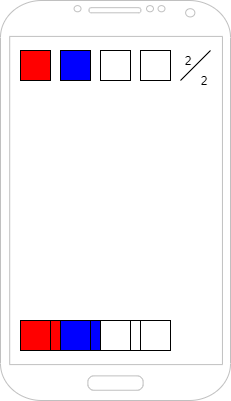
Before: docs/img/wireframe.png, a diagram exported from draw.io (rickyG08/codebreaker-android). Source tidied: cells renumbered, new cells last; positions are measured from the earlier drawing's top-left corner, leaving out a move shared by most shapes. Source of this version:
```xml
<mxGraphModel>
  <root>
    <mxCell id="0" />
    <mxCell id="1" parent="0" />
    <mxCell id="2" style="verticalLabelPosition=bottom;verticalAlign=top;html=1;shadow=0;dashed=0;strokeWidth=1;shape=mxgraph.android.phone2;strokeColor=#c0c0c0;" parent="1" vertex="1">
      <mxGeometry width="230" height="400" as="geometry" />
    </mxCell>
    <mxCell id="3" style="rounded=0;whiteSpace=wrap;html=1;fillColor=#FF0000;" parent="1" vertex="1">
      <mxGeometry x="30" y="320" width="30" height="30" as="geometry" />
    </mxCell>
    <mxCell id="4" style="rounded=0;whiteSpace=wrap;html=1;" parent="1" vertex="1">
      <mxGeometry x="140" y="320" width="30" height="30" as="geometry" />
    </mxCell>
    <mxCell id="5" style="rounded=0;whiteSpace=wrap;html=1;fillColor=#0000FF;" parent="1" vertex="1">
      <mxGeometry x="70" y="320" width="30" height="30" as="geometry" />
    </mxCell>
    <mxCell id="6" style="rounded=0;whiteSpace=wrap;html=1;" parent="1" vertex="1">
      <mxGeometry x="110" y="320" width="30" height="30" as="geometry" />
    </mxCell>
    <mxCell id="7" style="rounded=0;whiteSpace=wrap;html=1;fillColor=#FF0000;" parent="1" vertex="1">
      <mxGeometry x="20" y="320" width="30" height="30" as="geometry" />
    </mxCell>
    <mxCell id="8" style="rounded=0;whiteSpace=wrap;html=1;fillColor=#0000FF;" parent="1" vertex="1">
      <mxGeometry x="60" y="320" width="30" height="30" as="geometry" />
    </mxCell>
    <mxCell id="9" style="rounded=0;whiteSpace=wrap;html=1;" parent="1" vertex="1">
      <mxGeometry x="100" y="320" width="30" height="30" as="geometry" />
    </mxCell>
    <mxCell id="10" style="rounded=0;whiteSpace=wrap;html=1;" parent="1" vertex="1">
      <mxGeometry x="140" y="50" width="30" height="30" as="geometry" />
    </mxCell>
    <mxCell id="11" style="rounded=0;whiteSpace=wrap;html=1;fillColor=#FF0000;" parent="1" vertex="1">
      <mxGeometry x="20" y="50" width="30" height="30" as="geometry" />
    </mxCell>
    <mxCell id="12" style="rounded=0;whiteSpace=wrap;html=1;fillColor=#0000FF;" parent="1" vertex="1">
      <mxGeometry x="60" y="50" width="30" height="30" as="geometry" />
    </mxCell>
    <mxCell id="13" style="rounded=0;whiteSpace=wrap;html=1;" parent="1" vertex="1">
      <mxGeometry x="100" y="50" width="30" height="30" as="geometry" />
    </mxCell>
    <mxCell id="14" value="2" style="text;html=1;strokeColor=none;fillColor=none;align=center;verticalAlign=middle;whiteSpace=wrap;rounded=0;" parent="1" vertex="1">
      <mxGeometry x="180" y="50" width="16" height="20" as="geometry" />
    </mxCell>
    <mxCell id="15" style="endArrow=none;html=1;" parent="1" edge="1">
      <mxGeometry relative="1" as="geometry">
        <mxPoint x="180" y="80" as="sourcePoint" />
        <mxPoint x="210" y="50" as="targetPoint" />
      </mxGeometry>
    </mxCell>
    <mxCell id="16" value="2" style="text;html=1;strokeColor=none;fillColor=none;align=center;verticalAlign=middle;whiteSpace=wrap;rounded=0;" parent="1" vertex="1">
      <mxGeometry x="196" y="70" width="16" height="20" as="geometry" />
    </mxCell>
  </root>
</mxGraphModel>
```
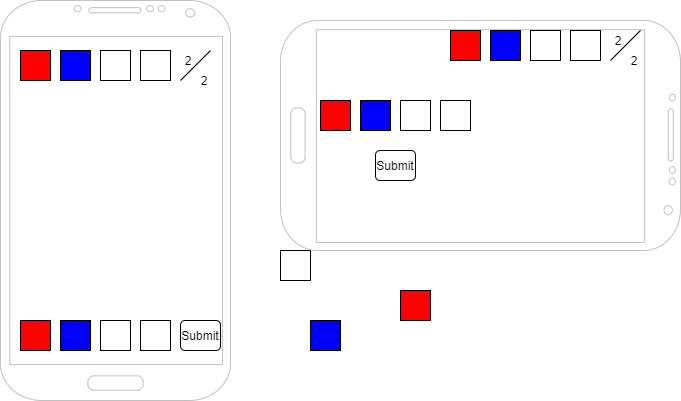
The same diagram one commit later.

What changed in the source:
```diff
@@ -6,49 +6,100 @@
       <mxGeometry width="230" height="400" as="geometry" />
     </mxCell>
     <mxCell id="3" style="rounded=0;whiteSpace=wrap;html=1;fillColor=#FF0000;" parent="1" vertex="1">
-      <mxGeometry x="30" y="320" width="30" height="30" as="geometry" />
+      <mxGeometry x="20" y="320" width="30" height="30" as="geometry" />
     </mxCell>
     <mxCell id="4" style="rounded=0;whiteSpace=wrap;html=1;" parent="1" vertex="1">
       <mxGeometry x="140" y="320" width="30" height="30" as="geometry" />
     </mxCell>
     <mxCell id="5" style="rounded=0;whiteSpace=wrap;html=1;fillColor=#0000FF;" parent="1" vertex="1">
-      <mxGeometry x="70" y="320" width="30" height="30" as="geometry" />
+      <mxGeometry x="60" y="320" width="30" height="30" as="geometry" />
     </mxCell>
     <mxCell id="6" style="rounded=0;whiteSpace=wrap;html=1;" parent="1" vertex="1">
-      <mxGeometry x="110" y="320" width="30" height="30" as="geometry" />
+      <mxGeometry x="100" y="320" width="30" height="30" as="geometry" />
     </mxCell>
     <mxCell id="7" style="rounded=0;whiteSpace=wrap;html=1;fillColor=#FF0000;" parent="1" vertex="1">
-      <mxGeometry x="20" y="320" width="30" height="30" as="geometry" />
+      <mxGeometry x="400" y="290" width="30" height="30" as="geometry" />
     </mxCell>
     <mxCell id="8" style="rounded=0;whiteSpace=wrap;html=1;fillColor=#0000FF;" parent="1" vertex="1">
-      <mxGeometry x="60" y="320" width="30" height="30" as="geometry" />
+      <mxGeometry x="310" y="320" width="30" height="30" as="geometry" />
     </mxCell>
     <mxCell id="9" style="rounded=0;whiteSpace=wrap;html=1;" parent="1" vertex="1">
-      <mxGeometry x="100" y="320" width="30" height="30" as="geometry" />
+      <mxGeometry x="280" y="250" width="30" height="30" as="geometry" />
     </mxCell>
+    <mxCell id="17" value="Submit" style="rounded=1;whiteSpace=wrap;html=1;" parent="1" vertex="1">
+      <mxGeometry x="180" y="320" width="40" height="30" as="geometry" />
+    </mxCell>
+    <mxCell id="18" style="verticalLabelPosition=bottom;verticalAlign=top;html=1;shadow=0;dashed=0;strokeWidth=1;shape=mxgraph.android.phone2;strokeColor=#c0c0c0;direction=south;" parent="1" vertex="1">
+      <mxGeometry x="280" y="20" width="400" height="230" as="geometry" />
+    </mxCell>
+    <mxCell id="19" style="group;" parent="1" vertex="1">
+      <mxGeometry x="20" y="50" width="192" height="40" as="geometry" />
+    </mxCell>
-    <mxCell id="10" style="rounded=0;whiteSpace=wrap;html=1;" parent="1" vertex="1">
-      <mxGeometry x="140" y="50" width="30" height="30" as="geometry" />
+    <mxCell id="10" style="rounded=0;whiteSpace=wrap;html=1;" parent="19" vertex="1">
+      <mxGeometry x="120" width="30" height="30" as="geometry" />
     </mxCell>
-    <mxCell id="11" style="rounded=0;whiteSpace=wrap;html=1;fillColor=#FF0000;" parent="1" vertex="1">
-      <mxGeometry x="20" y="50" width="30" height="30" as="geometry" />
+    <mxCell id="11" style="rounded=0;whiteSpace=wrap;html=1;fillColor=#FF0000;" parent="19" vertex="1">
+      <mxGeometry width="30" height="30" as="geometry" />
     </mxCell>
-    <mxCell id="12" style="rounded=0;whiteSpace=wrap;html=1;fillColor=#0000FF;" parent="1" vertex="1">
-      <mxGeometry x="60" y="50" width="30" height="30" as="geometry" />
+    <mxCell id="12" style="rounded=0;whiteSpace=wrap;html=1;fillColor=#0000FF;" parent="19" vertex="1">
+      <mxGeometry x="40" width="30" height="30" as="geometry" />
     </mxCell>
-    <mxCell id="13" style="rounded=0;whiteSpace=wrap;html=1;" parent="1" vertex="1">
-      <mxGeometry x="100" y="50" width="30" height="30" as="geometry" />
+    <mxCell id="13" style="rounded=0;whiteSpace=wrap;html=1;" parent="19" vertex="1">
+      <mxGeometry x="80" width="30" height="30" as="geometry" />
     </mxCell>
-    <mxCell id="14" value="2" style="text;html=1;strokeColor=none;fillColor=none;align=center;verticalAlign=middle;whiteSpace=wrap;rounded=0;" parent="1" vertex="1">
-      <mxGeometry x="180" y="50" width="16" height="20" as="geometry" />
+    <mxCell id="14" value="2" style="text;html=1;strokeColor=none;fillColor=none;align=center;verticalAlign=middle;whiteSpace=wrap;rounded=0;" parent="19" vertex="1">
+      <mxGeometry x="160" width="16" height="20" as="geometry" />
     </mxCell>
-    <mxCell id="15" style="endArrow=none;html=1;" parent="1" edge="1">
+    <mxCell id="15" style="endArrow=none;html=1;" parent="19" edge="1">
       <mxGeometry relative="1" as="geometry">
-        <mxPoint x="180" y="80" as="sourcePoint" />
-        <mxPoint x="210" y="50" as="targetPoint" />
+        <mxPoint x="160" y="30" as="sourcePoint" />
+        <mxPoint x="190" as="targetPoint" />
       </mxGeometry>
     </mxCell>
-    <mxCell id="16" value="2" style="text;html=1;strokeColor=none;fillColor=none;align=center;verticalAlign=middle;whiteSpace=wrap;rounded=0;" parent="1" vertex="1">
-      <mxGeometry x="196" y="70" width="16" height="20" as="geometry" />
+    <mxCell id="16" value="2" style="text;html=1;strokeColor=none;fillColor=none;align=center;verticalAlign=middle;whiteSpace=wrap;rounded=0;" parent="19" vertex="1">
+      <mxGeometry x="176" y="20" width="16" height="20" as="geometry" />
     </mxCell>
+    <mxCell id="20" style="group;" parent="1" vertex="1">
+      <mxGeometry x="450" y="30" width="192" height="40" as="geometry" />
+    </mxCell>
+    <mxCell id="21" style="rounded=0;whiteSpace=wrap;html=1;" parent="20" vertex="1">
+      <mxGeometry x="120" width="30" height="30" as="geometry" />
+    </mxCell>
+    <mxCell id="22" style="rounded=0;whiteSpace=wrap;html=1;fillColor=#FF0000;" parent="20" vertex="1">
+      <mxGeometry width="30" height="30" as="geometry" />
+    </mxCell>
+    <mxCell id="23" style="rounded=0;whiteSpace=wrap;html=1;fillColor=#0000FF;" parent="20" vertex="1">
+      <mxGeometry x="40" width="30" height="30" as="geometry" />
+    </mxCell>
+    <mxCell id="24" style="rounded=0;whiteSpace=wrap;html=1;" parent="20" vertex="1">
+      <mxGeometry x="80" width="30" height="30" as="geometry" />
+    </mxCell>
+    <mxCell id="25" value="2" style="text;html=1;strokeColor=none;fillColor=none;align=center;verticalAlign=middle;whiteSpace=wrap;rounded=0;" parent="20" vertex="1">
+      <mxGeometry x="160" width="16" height="20" as="geometry" />
+    </mxCell>
+    <mxCell id="26" style="endArrow=none;html=1;" parent="20" edge="1">
+      <mxGeometry relative="1" as="geometry">
+        <mxPoint x="160" y="30" as="sourcePoint" />
+        <mxPoint x="190" as="targetPoint" />
+      </mxGeometry>
+    </mxCell>
+    <mxCell id="27" value="2" style="text;html=1;strokeColor=none;fillColor=none;align=center;verticalAlign=middle;whiteSpace=wrap;rounded=0;" parent="20" vertex="1">
+      <mxGeometry x="176" y="20" width="16" height="20" as="geometry" />
+    </mxCell>
+    <mxCell id="28" style="rounded=0;whiteSpace=wrap;html=1;fillColor=#FF0000;" parent="1" vertex="1">
+      <mxGeometry x="320" y="100" width="30" height="30" as="geometry" />
+    </mxCell>
+    <mxCell id="29" style="rounded=0;whiteSpace=wrap;html=1;" parent="1" vertex="1">
+      <mxGeometry x="440" y="100" width="30" height="30" as="geometry" />
+    </mxCell>
+    <mxCell id="30" style="rounded=0;whiteSpace=wrap;html=1;fillColor=#0000FF;" parent="1" vertex="1">
+      <mxGeometry x="360" y="100" width="30" height="30" as="geometry" />
+    </mxCell>
+    <mxCell id="31" style="rounded=0;whiteSpace=wrap;html=1;" parent="1" vertex="1">
+      <mxGeometry x="400" y="100" width="30" height="30" as="geometry" />
+    </mxCell>
+    <mxCell id="32" value="Submit" style="rounded=1;whiteSpace=wrap;html=1;" parent="1" vertex="1">
+      <mxGeometry x="375" y="150" width="40" height="30" as="geometry" />
+    </mxCell>
   </root>
 </mxGraphModel>
```
